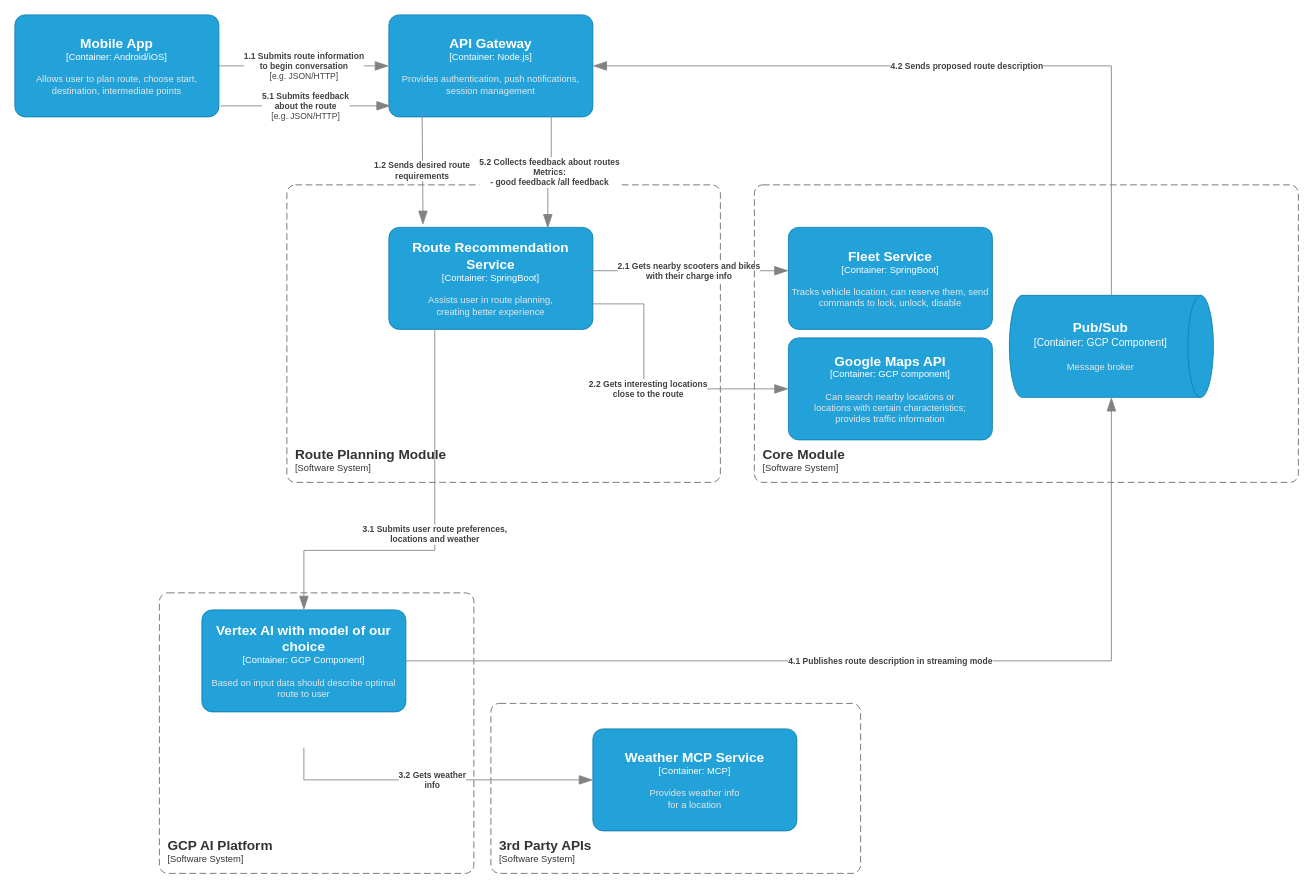
This is hld/scenarios/route-advice/Scooter_Bike Route Recommendation.drawio from Oleggio/five-nines-arch-katas, a draw.io file, before an edit. Source tidied: cells renumbered, new cells numbered last; positions are measured from the earlier drawing's top-left corner, leaving out a move shared by most shapes. Both pictures are drawn from the tidied source at 85%, with x=0, y=0 at pixel (14, 14).
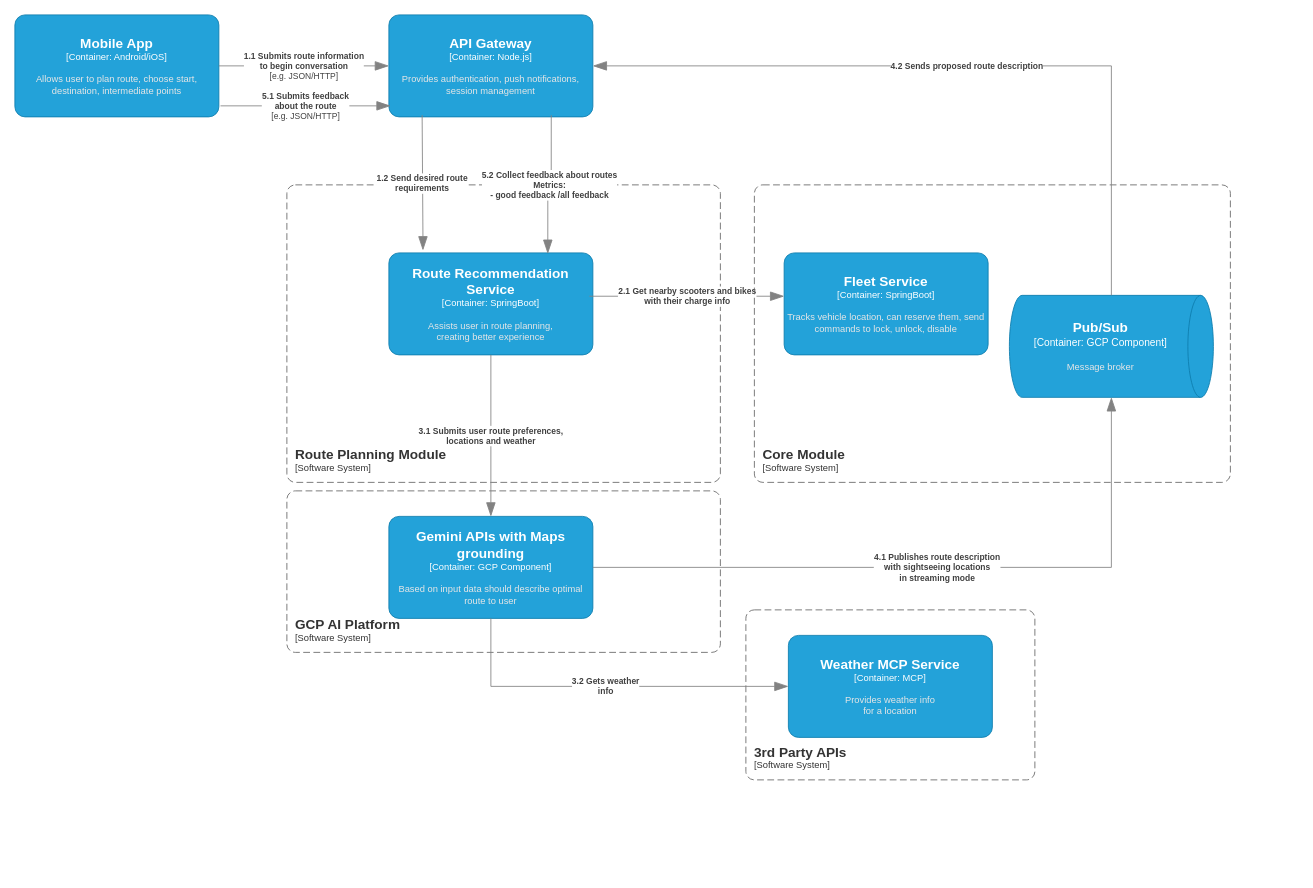
After the change.

Commit message (it also covers changes not shown here):
Update the route recommendation diagram, add table and adr links

Unchanged cells that the change refers to:
```xml
<object id="4" label="&lt;font style=&quot;font-size: 16px&quot;&gt;&lt;b&gt;%c4Name%&lt;/b&gt;&lt;/font&gt;&lt;div&gt;[%c4Type%: %c4Technology%]&lt;/div&gt;&lt;br&gt;&lt;div&gt;&lt;font style=&quot;font-size: 11px&quot;&gt;&lt;font color=&quot;#E6E6E6&quot;&gt;%c4Description%&lt;/font&gt;&lt;/div&gt;" c4Description="Provides authentication, push notifications, session management&#10;" c4Name="API Gateway" c4Technology="Node.js" c4Type="Container" placeholders="1">
  <mxCell style="rounded=1;whiteSpace=wrap;html=1;fontSize=11;labelBackgroundColor=none;fillColor=#23A2D9;fontColor=#ffffff;align=center;arcSize=10;strokeColor=#0E7DAD;points=[[0.25,0,0],[0.5,0,0],[0.75,0,0],[1,0.25,0],[1,0.5,0],[1,0.75,0],[0.75,1,0],[0.5,1,0],[0.25,1,0],[0,0.75,0],[0,0.5,0],[0,0.25,0]];" parent="1" vertex="1">
    <mxGeometry x="440" width="240" height="120" as="geometry" />
  </mxCell>
</object>
<object id="13" label="&lt;font style=&quot;font-size: 16px&quot;&gt;&lt;b&gt;%c4Name%&lt;/b&gt;&lt;/font&gt;&lt;div&gt;[%c4Type%:&amp;nbsp;%c4Technology%]&lt;/div&gt;&lt;br&gt;&lt;div&gt;&lt;font style=&quot;font-size: 11px&quot;&gt;&lt;font color=&quot;#E6E6E6&quot;&gt;%c4Description%&lt;/font&gt;&lt;/div&gt;" c4Description="Message broker" c4Name="Pub/Sub" c4Technology="GCP Component" c4Type="Container" placeholders="1">
  <mxCell style="shape=cylinder3;size=15;direction=south;whiteSpace=wrap;html=1;boundedLbl=1;rounded=0;labelBackgroundColor=none;fillColor=#23A2D9;fontSize=12;fontColor=#ffffff;align=center;strokeColor=#0E7DAD;points=[[0.5,0,0],[1,0.25,0],[1,0.5,0],[1,0.75,0],[0.5,1,0],[0,0.75,0],[0,0.5,0],[0,0.25,0]];" parent="1" vertex="1">
    <mxGeometry x="1170" y="330" width="240" height="120" as="geometry" />
  </mxCell>
</object>
```

Diff of the diagram source:
```diff
@@
     <object id="5" label="&lt;font style=&quot;font-size: 16px&quot;&gt;&lt;b&gt;%c4Name%&lt;/b&gt;&lt;/font&gt;&lt;div&gt;[%c4Type%: %c4Technology%]&lt;/div&gt;&lt;br&gt;&lt;div&gt;&lt;font style=&quot;font-size: 11px&quot;&gt;&lt;font color=&quot;#E6E6E6&quot;&gt;%c4Description%&lt;/font&gt;&lt;/div&gt;" c4Description="Assists user in route planning,&#10;creating better experience" c4Name="Route Recommendation Service" c4Technology="SpringBoot" c4Type="Container" placeholders="1">
       <mxCell style="rounded=1;whiteSpace=wrap;html=1;fontSize=11;labelBackgroundColor=none;fillColor=#23A2D9;fontColor=#ffffff;align=center;arcSize=10;strokeColor=#0E7DAD;points=[[0.25,0,0],[0.5,0,0],[0.75,0,0],[1,0.25,0],[1,0.5,0],[1,0.75,0],[0.75,1,0],[0.5,1,0],[0.25,1,0],[0,0.75,0],[0,0.5,0],[0,0.25,0]];" parent="1" vertex="1">
-        <mxGeometry x="440" y="250" width="240" height="120" as="geometry" />
+        <mxGeometry x="440" y="280" width="240" height="120" as="geometry" />
       </mxCell>
     </object>
-    <object id="6" label="&lt;div style=&quot;text-align: left&quot;&gt;&lt;div style=&quot;text-align: center&quot;&gt;&lt;b&gt;%c4Description%&lt;/b&gt;&lt;/div&gt;" c4Description="1.2 Sends desired route&#10;requirements" placeholders="1">
+    <object id="6" label="&lt;div style=&quot;text-align: left&quot;&gt;&lt;div style=&quot;text-align: center&quot;&gt;&lt;b&gt;%c4Description%&lt;/b&gt;&lt;/div&gt;" c4Description="1.2 Send desired route&#10;requirements" placeholders="1">
       <mxCell style="endArrow=blockThin;html=1;fontSize=10;fontColor=#404040;strokeWidth=1;endFill=1;strokeColor=#828282;elbow=vertical;endSize=14;startSize=14;jumpStyle=arc;jumpSize=16;rounded=0;edgeStyle=orthogonalEdgeStyle;entryX=0.167;entryY=-0.025;entryDx=0;entryDy=0;entryPerimeter=0;exitX=0.163;exitY=0.983;exitDx=0;exitDy=0;exitPerimeter=0;" parent="1" edge="1" source="4" target="5">
         <mxGeometry relative="1" as="geometry" />
       </mxCell>
     </object>
     <object id="7" label="&lt;font style=&quot;font-size: 16px&quot;&gt;&lt;b&gt;&lt;div style=&quot;text-align: left&quot;&gt;%c4Name%&lt;/div&gt;&lt;/b&gt;&lt;/font&gt;&lt;div style=&quot;text-align: left&quot;&gt;[%c4Application%]&lt;/div&gt;" c4Application="Software System" c4Name="GCP AI Platform" placeholders="1">
       <mxCell style="rounded=1;fontSize=11;whiteSpace=wrap;html=1;dashed=1;arcSize=20;fillColor=none;strokeColor=#666666;fontColor=#333333;labelBackgroundColor=none;align=left;verticalAlign=bottom;labelBorderColor=none;spacingTop=0;spacing=10;dashPattern=8 4;perimeter=rectanglePerimeter;noLabel=0;labelPadding=0;absoluteArcSize=1;" parent="1" vertex="1">
-        <mxGeometry x="170" y="680" width="370" height="330" as="geometry" />
+        <mxGeometry x="320" y="560" width="510" height="190" as="geometry" />
       </mxCell>
     </object>
     <object id="8" label="&lt;font style=&quot;font-size: 16px&quot;&gt;&lt;b&gt;%c4Name%&lt;/b&gt;&lt;/font&gt;&lt;div&gt;[%c4Type%: %c4Technology%]&lt;/div&gt;&lt;br&gt;&lt;div&gt;&lt;font style=&quot;font-size: 11px&quot;&gt;&lt;font color=&quot;#E6E6E6&quot;&gt;%c4Description%&lt;/font&gt;&lt;/div&gt;" c4Description="Tracks vehicle location, can reserve them, send commands to lock, unlock, disable" c4Name="Fleet Service" c4Technology="SpringBoot" c4Type="Container" placeholders="1">
       <mxCell style="rounded=1;whiteSpace=wrap;html=1;fontSize=11;labelBackgroundColor=none;fillColor=#23A2D9;fontColor=#ffffff;align=center;arcSize=10;strokeColor=#0E7DAD;points=[[0.25,0,0],[0.5,0,0],[0.75,0,0],[1,0.25,0],[1,0.5,0],[1,0.75,0],[0.75,1,0],[0.5,1,0],[0.25,1,0],[0,0.75,0],[0,0.5,0],[0,0.25,0]];" parent="1" vertex="1">
-        <mxGeometry x="910" y="250" width="240" height="120" as="geometry" />
+        <mxGeometry x="905" y="280" width="240" height="120" as="geometry" />
       </mxCell>
     </object>
-    <object id="9" label="&lt;div style=&quot;text-align: left&quot;&gt;&lt;div style=&quot;text-align: center&quot;&gt;&lt;b&gt;%c4Description%&lt;/b&gt;&lt;/div&gt;" c4Description="2.1 Gets nearby scooters and bikes&#10;with their charge info" placeholders="1">
+    <object id="9" label="&lt;div style=&quot;text-align: left&quot;&gt;&lt;div style=&quot;text-align: center&quot;&gt;&lt;b&gt;%c4Description%&lt;/b&gt;&lt;/div&gt;" c4Description="2.1 Get nearby scooters and bikes&#10;with their charge info" placeholders="1">
       <mxCell style="endArrow=blockThin;html=1;fontSize=10;fontColor=#404040;strokeWidth=1;endFill=1;strokeColor=#828282;elbow=vertical;endSize=14;startSize=14;jumpStyle=arc;jumpSize=16;rounded=0;edgeStyle=orthogonalEdgeStyle;entryX=0;entryY=0.425;entryDx=0;entryDy=0;entryPerimeter=0;exitX=0.983;exitY=0.425;exitDx=0;exitDy=0;exitPerimeter=0;" parent="1" edge="1" source="5" target="8">
         <mxGeometry relative="1" as="geometry" />
       </mxCell>
     </object>
     <object id="10" label="&lt;font style=&quot;font-size: 16px&quot;&gt;&lt;b&gt;&lt;div style=&quot;text-align: left&quot;&gt;%c4Name%&lt;/div&gt;&lt;/b&gt;&lt;/font&gt;&lt;div style=&quot;text-align: left&quot;&gt;[%c4Application%]&lt;/div&gt;" c4Application="Software System" c4Name="Core Module" placeholders="1">
       <mxCell style="rounded=1;fontSize=11;whiteSpace=wrap;html=1;dashed=1;arcSize=20;fillColor=none;strokeColor=#666666;fontColor=#333333;labelBackgroundColor=none;align=left;verticalAlign=bottom;labelBorderColor=none;spacingTop=0;spacing=10;dashPattern=8 4;perimeter=rectanglePerimeter;noLabel=0;labelPadding=0;absoluteArcSize=1;" parent="1" vertex="1">
-        <mxGeometry x="870" y="200" width="640" height="350" as="geometry" />
+        <mxGeometry x="870" y="200" width="560" height="350" as="geometry" />
       </mxCell>
     </object>
-    <object id="11" label="&lt;font style=&quot;font-size: 16px&quot;&gt;&lt;b&gt;%c4Name%&lt;/b&gt;&lt;/font&gt;&lt;div&gt;[%c4Type%: %c4Technology%]&lt;/div&gt;&lt;br&gt;&lt;div&gt;&lt;font style=&quot;font-size: 11px&quot;&gt;&lt;font color=&quot;#E6E6E6&quot;&gt;%c4Description%&lt;/font&gt;&lt;/div&gt;" c4Description="Based on input data should describe optimal route to user" c4Name="Vertex AI with model of our choice" c4Technology="GCP Component" c4Type="Container" placeholders="1">
+    <object id="11" label="&lt;font style=&quot;font-size: 16px&quot;&gt;&lt;b&gt;%c4Name%&lt;/b&gt;&lt;/font&gt;&lt;div&gt;[%c4Type%: %c4Technology%]&lt;/div&gt;&lt;br&gt;&lt;div&gt;&lt;font style=&quot;font-size: 11px&quot;&gt;&lt;font color=&quot;#E6E6E6&quot;&gt;%c4Description%&lt;/font&gt;&lt;/div&gt;" c4Description="Based on input data should describe optimal route to user" c4Name="Gemini APIs with Maps grounding " c4Technology="GCP Component" c4Type="Container" placeholders="1">
       <mxCell style="rounded=1;whiteSpace=wrap;html=1;fontSize=11;labelBackgroundColor=none;fillColor=#23A2D9;fontColor=#ffffff;align=center;arcSize=10;strokeColor=#0E7DAD;points=[[0.25,0,0],[0.5,0,0],[0.75,0,0],[1,0.25,0],[1,0.5,0],[1,0.75,0],[0.75,1,0],[0.5,1,0],[0.25,1,0],[0,0.75,0],[0,0.5,0],[0,0.25,0]];" parent="1" vertex="1">
-        <mxGeometry x="220" y="700" width="240" height="120" as="geometry" />
+        <mxGeometry x="440" y="590" width="240" height="120" as="geometry" />
       </mxCell>
     </object>
     <object id="12" label="&lt;div style=&quot;text-align: left&quot;&gt;&lt;div style=&quot;text-align: center&quot;&gt;&lt;b&gt;%c4Description%&lt;/b&gt;&lt;/div&gt;" c4Description="3.1 Submits user route preferences,&#10;locations and weather" placeholders="1">
-      <mxCell style="endArrow=blockThin;html=1;fontSize=10;fontColor=#404040;strokeWidth=1;endFill=1;strokeColor=#828282;elbow=vertical;endSize=14;startSize=14;jumpStyle=arc;jumpSize=16;rounded=0;edgeStyle=orthogonalEdgeStyle;exitX=0.225;exitY=0.992;exitDx=0;exitDy=0;exitPerimeter=0;entryX=0.5;entryY=0;entryDx=0;entryDy=0;entryPerimeter=0;" parent="1" edge="1" source="5" target="11">
-        <mxGeometry relative="1" as="geometry">
-          <Array as="points">
-            <mxPoint x="494" y="630" />
-            <mxPoint x="340" y="630" />
-          </Array>
-        </mxGeometry>
+      <mxCell style="endArrow=blockThin;html=1;fontSize=10;fontColor=#404040;strokeWidth=1;endFill=1;strokeColor=#828282;elbow=vertical;endSize=14;startSize=14;jumpStyle=arc;jumpSize=16;rounded=0;edgeStyle=orthogonalEdgeStyle;exitX=0.5;exitY=1;exitDx=0;exitDy=0;exitPerimeter=0;entryX=0.5;entryY=0;entryDx=0;entryDy=0;entryPerimeter=0;" parent="1" edge="1" source="5" target="11">
+        <mxGeometry relative="1" as="geometry" />
       </mxCell>
     </object>
@@
-    <object id="16" label="&lt;font style=&quot;font-size: 16px&quot;&gt;&lt;b&gt;%c4Name%&lt;/b&gt;&lt;/font&gt;&lt;div&gt;[%c4Type%: %c4Technology%]&lt;/div&gt;&lt;br&gt;&lt;div&gt;&lt;font style=&quot;font-size: 11px&quot;&gt;&lt;font color=&quot;#E6E6E6&quot;&gt;%c4Description%&lt;/font&gt;&lt;/div&gt;" c4Description="Can search nearby locations or&#10;locations with certain characteristics;&#10;provides traffic information" c4Name="Google Maps API" c4Technology="GCP component" c4Type="Container" placeholders="1">
-      <mxCell style="rounded=1;whiteSpace=wrap;html=1;fontSize=11;labelBackgroundColor=none;fillColor=#23A2D9;fontColor=#ffffff;align=center;arcSize=10;strokeColor=#0E7DAD;" parent="1" vertex="1">
-        <mxGeometry x="910" y="380" width="240" height="120" as="geometry" />
-      </mxCell>
-    </object>
-    <object id="17" label="&lt;div style=&quot;text-align: left&quot;&gt;&lt;div style=&quot;text-align: center&quot;&gt;&lt;b&gt;%c4Description%&lt;/b&gt;&lt;/div&gt;" c4Description="2.2 Gets interesting locations&#10; close to the route" placeholders="1">
-      <mxCell style="endArrow=blockThin;html=1;fontSize=10;fontColor=#404040;strokeWidth=1;endFill=1;strokeColor=#828282;elbow=vertical;endSize=14;startSize=14;jumpStyle=arc;jumpSize=16;rounded=0;edgeStyle=orthogonalEdgeStyle;entryX=1;entryY=0.75;entryDx=0;entryDy=0;entryPerimeter=0;exitX=1;exitY=0.75;exitDx=0;exitDy=0;exitPerimeter=0;" parent="1" edge="1" source="5">
-        <mxGeometry relative="1" as="geometry">
-          <mxPoint x="910" y="440" as="targetPoint" />
-          <Array as="points">
-            <mxPoint x="740" y="340" />
-            <mxPoint x="740" y="440" />
-          </Array>
-        </mxGeometry>
-      </mxCell>
-    </object>
-    <object id="18" label="&lt;div style=&quot;text-align: left&quot;&gt;&lt;div style=&quot;text-align: center&quot;&gt;&lt;b&gt;%c4Description%&lt;/b&gt;&lt;/div&gt;" c4Description="4.1 Publishes route description in streaming mode" placeholders="1">
+    <object id="18" label="&lt;div style=&quot;text-align: left&quot;&gt;&lt;div style=&quot;text-align: center&quot;&gt;&lt;b&gt;%c4Description%&lt;/b&gt;&lt;/div&gt;" c4Description="4.1 Publishes route description&#10;with sightseeing locations&#10; in streaming mode" placeholders="1">
       <mxCell style="endArrow=blockThin;html=1;fontSize=10;fontColor=#404040;strokeWidth=1;endFill=1;strokeColor=#828282;elbow=vertical;endSize=14;startSize=14;jumpStyle=arc;jumpSize=16;rounded=0;edgeStyle=orthogonalEdgeStyle;exitX=1;exitY=0.5;exitDx=0;exitDy=0;exitPerimeter=0;entryX=1;entryY=0.5;entryDx=0;entryDy=0;entryPerimeter=0;" parent="1" edge="1" source="11" target="13">
         <mxGeometry relative="1" as="geometry" />
       </mxCell>
     </object>
@@
-    <object id="20" label="&lt;div style=&quot;text-align: left&quot;&gt;&lt;div style=&quot;text-align: center&quot;&gt;&lt;b&gt;%c4Description%&lt;/b&gt;&lt;/div&gt;" c4Description="5.2 Collects feedback about routes&#10;Metrics:&#10;- good feedback /all feedback" placeholders="1">
+    <object id="20" label="&lt;div style=&quot;text-align: left&quot;&gt;&lt;div style=&quot;text-align: center&quot;&gt;&lt;b&gt;%c4Description%&lt;/b&gt;&lt;/div&gt;" c4Description="5.2 Collect feedback about routes&#10;Metrics:&#10;- good feedback /all feedback" placeholders="1">
       <mxCell style="endArrow=blockThin;html=1;fontSize=10;fontColor=#404040;strokeWidth=1;endFill=1;strokeColor=#828282;elbow=vertical;endSize=14;startSize=14;jumpStyle=arc;jumpSize=16;rounded=0;edgeStyle=orthogonalEdgeStyle;exitX=0.796;exitY=0.983;exitDx=0;exitDy=0;exitPerimeter=0;entryX=0.779;entryY=0.008;entryDx=0;entryDy=0;entryPerimeter=0;" parent="1" edge="1" source="4" target="5">
-        <mxGeometry relative="1" as="geometry" />
+        <mxGeometry x="0.01" relative="1" as="geometry" />
       </mxCell>
     </object>
     <object id="21" label="&lt;font style=&quot;font-size: 16px&quot;&gt;&lt;b&gt;&lt;div style=&quot;text-align: left&quot;&gt;%c4Name%&lt;/div&gt;&lt;/b&gt;&lt;/font&gt;&lt;div style=&quot;text-align: left&quot;&gt;[%c4Application%]&lt;/div&gt;" c4Application="Software System" c4Name="3rd Party APIs" placeholders="1">
       <mxCell style="rounded=1;fontSize=11;whiteSpace=wrap;html=1;dashed=1;arcSize=20;fillColor=none;strokeColor=#666666;fontColor=#333333;labelBackgroundColor=none;align=left;verticalAlign=bottom;labelBorderColor=none;spacingTop=0;spacing=10;dashPattern=8 4;perimeter=rectanglePerimeter;noLabel=0;labelPadding=0;absoluteArcSize=1;" parent="1" vertex="1">
-        <mxGeometry x="560" y="810" width="435" height="200" as="geometry" />
+        <mxGeometry x="860" y="700" width="340" height="200" as="geometry" />
       </mxCell>
     </object>
     <object id="22" label="&lt;font style=&quot;font-size: 16px&quot;&gt;&lt;b&gt;%c4Name%&lt;/b&gt;&lt;/font&gt;&lt;div&gt;[%c4Type%: %c4Technology%]&lt;/div&gt;&lt;br&gt;&lt;div&gt;&lt;font style=&quot;font-size: 11px&quot;&gt;&lt;font color=&quot;#E6E6E6&quot;&gt;%c4Description%&lt;/font&gt;&lt;/div&gt;" c4Description="Provides weather info&#10;for a location" c4Name="Weather MCP Service" c4Technology="MCP" c4Type="Container" placeholders="1">
       <mxCell style="rounded=1;whiteSpace=wrap;html=1;fontSize=11;labelBackgroundColor=none;fillColor=#23A2D9;fontColor=#ffffff;align=center;arcSize=10;strokeColor=#0E7DAD;points=[[0.25,0,0],[0.5,0,0],[0.75,0,0],[1,0.25,0],[1,0.5,0],[1,0.75,0],[0.75,1,0],[0.5,1,0],[0.25,1,0],[0,0.75,0],[0,0.5,0],[0,0.25,0]];" parent="1" vertex="1">
-        <mxGeometry x="680" y="840" width="240" height="120" as="geometry" />
+        <mxGeometry x="910" y="730" width="240" height="120" as="geometry" />
       </mxCell>
     </object>
     <object id="23" label="&lt;div style=&quot;text-align: left&quot;&gt;&lt;div style=&quot;text-align: center&quot;&gt;&lt;b&gt;%c4Description%&lt;/b&gt;&lt;/div&gt;" c4Description="3.2 Gets weather&#10;info" placeholders="1">
-      <mxCell style="endArrow=blockThin;html=1;fontSize=10;fontColor=#404040;strokeWidth=1;endFill=1;strokeColor=#828282;elbow=vertical;endSize=14;startSize=14;jumpStyle=arc;jumpSize=16;rounded=0;edgeStyle=orthogonalEdgeStyle;entryX=0;entryY=0.5;entryDx=0;entryDy=0;entryPerimeter=0;" parent="1" edge="1" target="22">
-        <mxGeometry relative="1" as="geometry">
-          <mxPoint x="340" y="862" as="sourcePoint" />
-          <Array as="points">
-            <mxPoint x="340" y="900" />
-          </Array>
-        </mxGeometry>
+      <mxCell style="endArrow=blockThin;html=1;fontSize=10;fontColor=#404040;strokeWidth=1;endFill=1;strokeColor=#828282;elbow=vertical;endSize=14;startSize=14;jumpStyle=arc;jumpSize=16;rounded=0;edgeStyle=orthogonalEdgeStyle;exitX=0.5;exitY=1;exitDx=0;exitDy=0;exitPerimeter=0;entryX=0;entryY=0.5;entryDx=0;entryDy=0;entryPerimeter=0;" parent="1" edge="1" source="11" target="22">
+        <mxGeometry relative="1" as="geometry" />
       </mxCell>
     </object>
```
